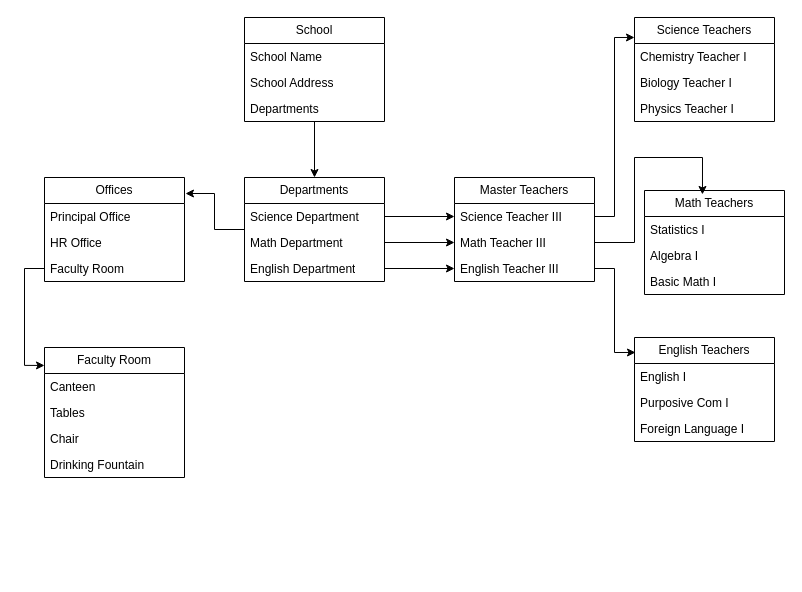
Earlier version of the draw.io diagram SL-Activities/Task1_3_1/Task Sheet 151.drawio (rnrhltn/javanc3uc1). Source tidied: cells renumbered, new cells numbered last; positions are measured from the earlier drawing's top-left corner, leaving out a move shared by most shapes. Both pictures are drawn from the tidied source at 100%, with x=0, y=0 at pixel (44, 17).
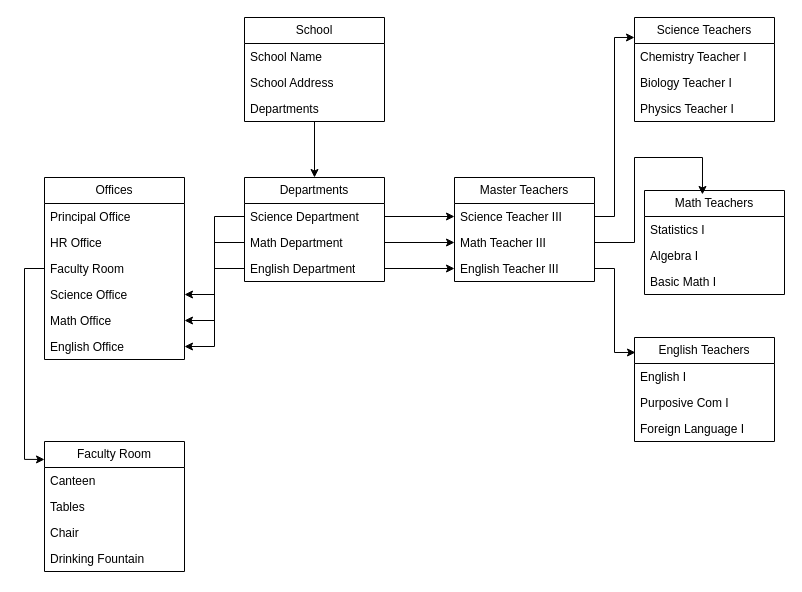
After the change.

The change refers to these unchanged cells:
```xml
<mxCell id="7" value="Departments" style="swimlane;fontStyle=0;horizontal=1;startSize=26;fillColor=none;whiteSpace=wrap;html=1;" parent="1" vertex="1">
  <mxGeometry x="200" y="160" width="140" height="104" as="geometry" />
</mxCell>
<mxCell id="8" value="Science Department" style="text;strokeColor=none;fillColor=none;align=left;verticalAlign=top;spacingLeft=4;spacingRight=4;overflow=hidden;points=[[0,0.5],[1,0.5]];portConstraint=eastwest;whiteSpace=wrap;html=1;" parent="7" vertex="1">
  <mxGeometry y="26" width="140" height="26" as="geometry" />
</mxCell>
<mxCell id="9" value="Math Department" style="text;strokeColor=none;fillColor=none;align=left;verticalAlign=top;spacingLeft=4;spacingRight=4;overflow=hidden;points=[[0,0.5],[1,0.5]];portConstraint=eastwest;whiteSpace=wrap;html=1;" parent="7" vertex="1">
  <mxGeometry y="52" width="140" height="26" as="geometry" />
</mxCell>
<mxCell id="10" value="English Department" style="text;strokeColor=none;fillColor=none;align=left;verticalAlign=top;spacingLeft=4;spacingRight=4;overflow=hidden;points=[[0,0.5],[1,0.5]];portConstraint=eastwest;whiteSpace=wrap;html=1;" parent="7" vertex="1">
  <mxGeometry y="78" width="140" height="26" as="geometry" />
</mxCell>
```

Diff of the diagram source:
```diff
@@
     <mxCell id="11" value="Faculty Room" style="swimlane;fontStyle=0;horizontal=1;startSize=26;fillColor=none;whiteSpace=wrap;html=1;" parent="1" vertex="1">
-      <mxGeometry y="330" width="140" height="130" as="geometry" />
+      <mxGeometry y="424" width="140" height="130" as="geometry" />
     </mxCell>
@@
     <mxCell id="20" value="Offices" style="swimlane;fontStyle=0;horizontal=1;startSize=26;fillColor=none;whiteSpace=wrap;html=1;" parent="1" vertex="1">
-      <mxGeometry y="160" width="140" height="104" as="geometry" />
+      <mxGeometry y="160" width="140" height="182" as="geometry" />
     </mxCell>
@@
+    <mxCell id="44" value="Science Office" style="text;strokeColor=none;fillColor=none;align=left;verticalAlign=top;spacingLeft=4;spacingRight=4;overflow=hidden;points=[[0,0.5],[1,0.5]];portConstraint=eastwest;whiteSpace=wrap;html=1;" parent="20" vertex="1">
+      <mxGeometry y="104" width="140" height="26" as="geometry" />
+    </mxCell>
+    <mxCell id="45" value="Math Office" style="text;strokeColor=none;fillColor=none;align=left;verticalAlign=top;spacingLeft=4;spacingRight=4;overflow=hidden;points=[[0,0.5],[1,0.5]];portConstraint=eastwest;whiteSpace=wrap;html=1;" parent="20" vertex="1">
+      <mxGeometry y="130" width="140" height="26" as="geometry" />
+    </mxCell>
+    <mxCell id="46" value="English Office" style="text;strokeColor=none;fillColor=none;align=left;verticalAlign=top;spacingLeft=4;spacingRight=4;overflow=hidden;points=[[0,0.5],[1,0.5]];portConstraint=eastwest;whiteSpace=wrap;html=1;" parent="20" vertex="1">
+      <mxGeometry y="156" width="140" height="26" as="geometry" />
+    </mxCell>
@@
-    <mxCell id="28" style="edgeStyle=orthogonalEdgeStyle;rounded=0;jettySize=auto;html=1;entryX=1.007;entryY=0.154;entryDx=0;entryDy=0;entryPerimeter=0;" parent="1" edge="1" source="7" target="20">
-      <mxGeometry relative="1" as="geometry" />
-    </mxCell>
@@
+    <mxCell id="47" style="edgeStyle=orthogonalEdgeStyle;rounded=0;jettySize=auto;html=1;" parent="1" edge="1" source="9" target="45">
+      <mxGeometry relative="1" as="geometry" />
+    </mxCell>
+    <mxCell id="48" style="edgeStyle=orthogonalEdgeStyle;rounded=0;jettySize=auto;html=1;" parent="1" edge="1" source="10" target="46">
+      <mxGeometry relative="1" as="geometry" />
+    </mxCell>
+    <mxCell id="49" style="edgeStyle=orthogonalEdgeStyle;rounded=0;jettySize=auto;html=1;" parent="1" edge="1" source="8" target="44">
+      <mxGeometry relative="1" as="geometry" />
+    </mxCell>
```
